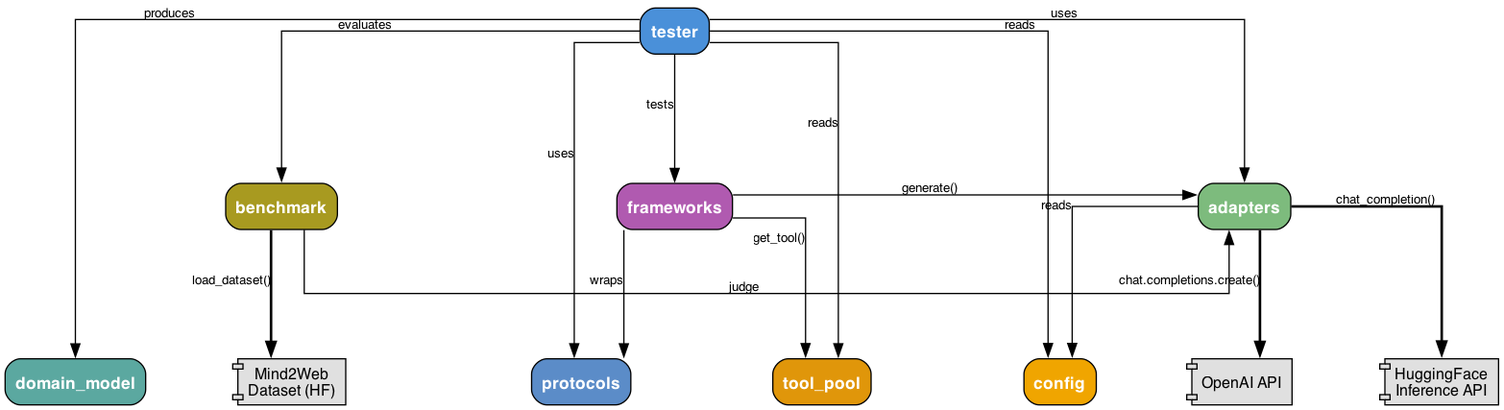
Before: images/component_diagram.png, a diagram exported from Graphviz (cewebbr/mastif). Its source is kept beside it as images/component_diagram.dot.
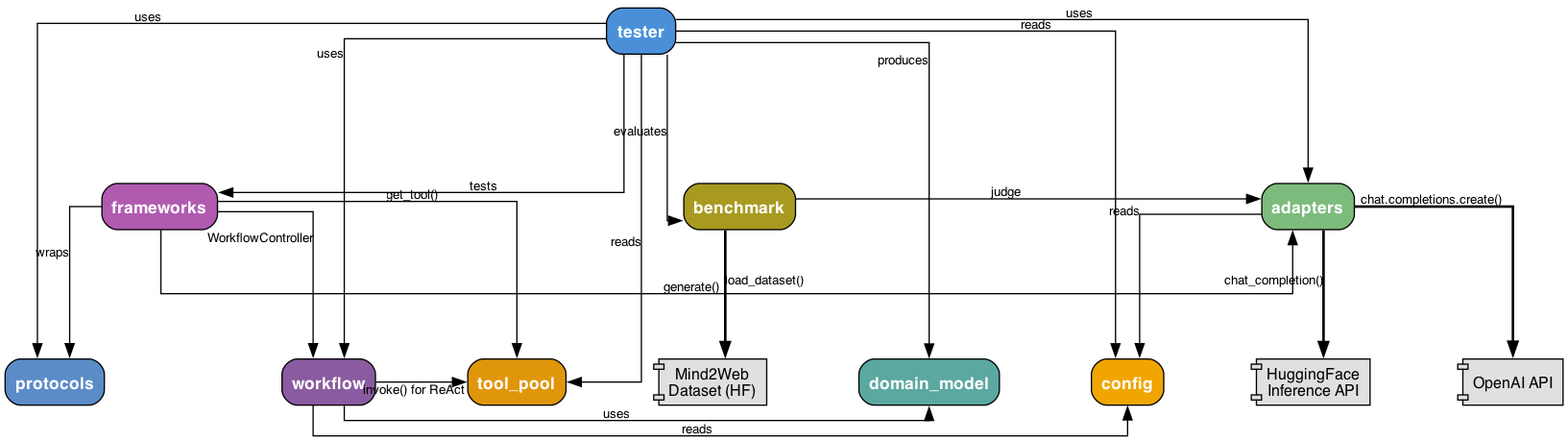
The same diagram one commit later.

Change to the diagram source:
```diff
@@ -62,6 +62,7 @@
     domain_model;
     protocols;
     tool_pool;
+    workflow;
 }
 
 config [
@@ -102,6 +103,16 @@
     fontname="Helvetica-Bold",
     fontsize=13,
     label="tool_pool"
+];
+
+workflow [
+    shape=box,
+    style="filled,rounded",
+    fillcolor="#8a5ba0",
+    fontcolor=white,
+    fontname="Helvetica-Bold",
+    fontsize=13,
+    label="workflow"
 ];
 
 
@@ -149,6 +160,7 @@
 tester -> tool_pool    [xlabel="reads"];
 tester -> domain_model [xlabel="produces"];
 tester -> config       [xlabel="reads"];
+tester -> workflow     [xlabel="uses"];
 
 adapters -> HuggingFaceAPI [xlabel="chat_completion()", style=bold];
 adapters -> OpenAIAPI      [xlabel="chat.completions.create()", style=bold];
@@ -157,6 +169,11 @@
 frameworks -> adapters  [xlabel="generate()"];
 frameworks -> tool_pool [xlabel="get_tool()"];
 frameworks -> protocols [xlabel="wraps"];
+frameworks -> workflow  [xlabel="WorkflowController"];
+
+workflow -> config     [xlabel="reads"];
+workflow -> tool_pool  [xlabel="invoke() for ReAct"];
+workflow -> domain_model [xlabel="uses"];
 
 benchmark -> Mind2WebDataset [xlabel="load_dataset()", style=bold];
 benchmark -> adapters        [xlabel="judge"];
```
